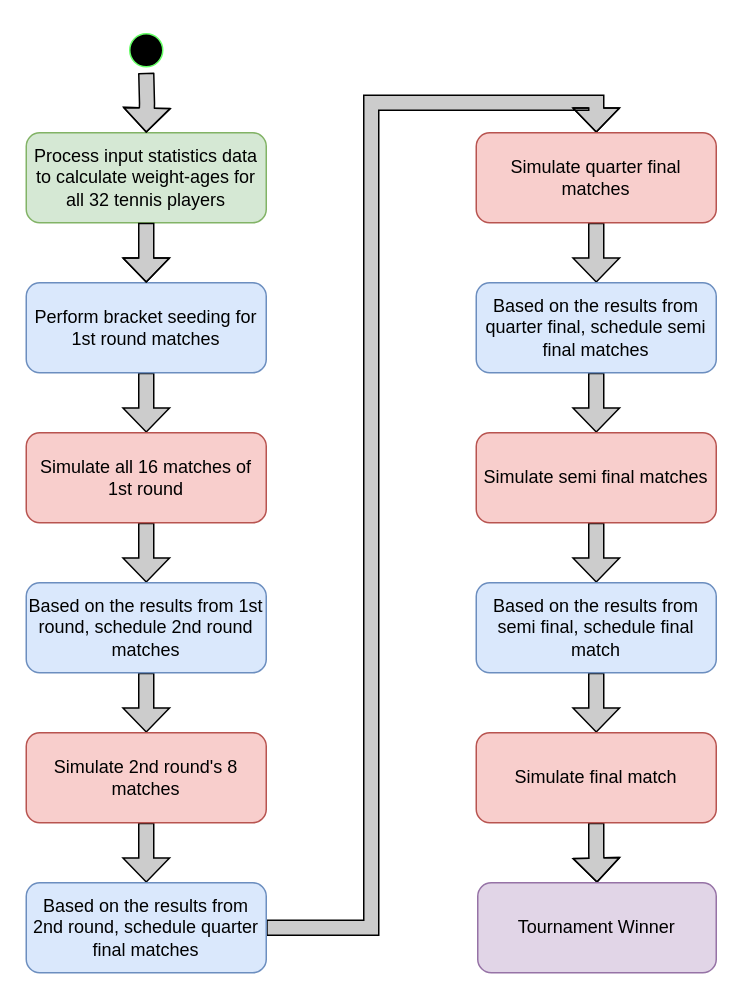
sriksrik7/SYS-611 keeps this draw.io diagram as Final Project/TennisModel/HighLevelScheduleDiagram.drawio. Above is the earlier version. Source tidied: cells renumbered, new cells numbered last; positions are measured from the earlier drawing's top-left corner, leaving out a move shared by most shapes. Both pictures are drawn from the tidied source at 150%, with x=0, y=0 at pixel (26, 27).
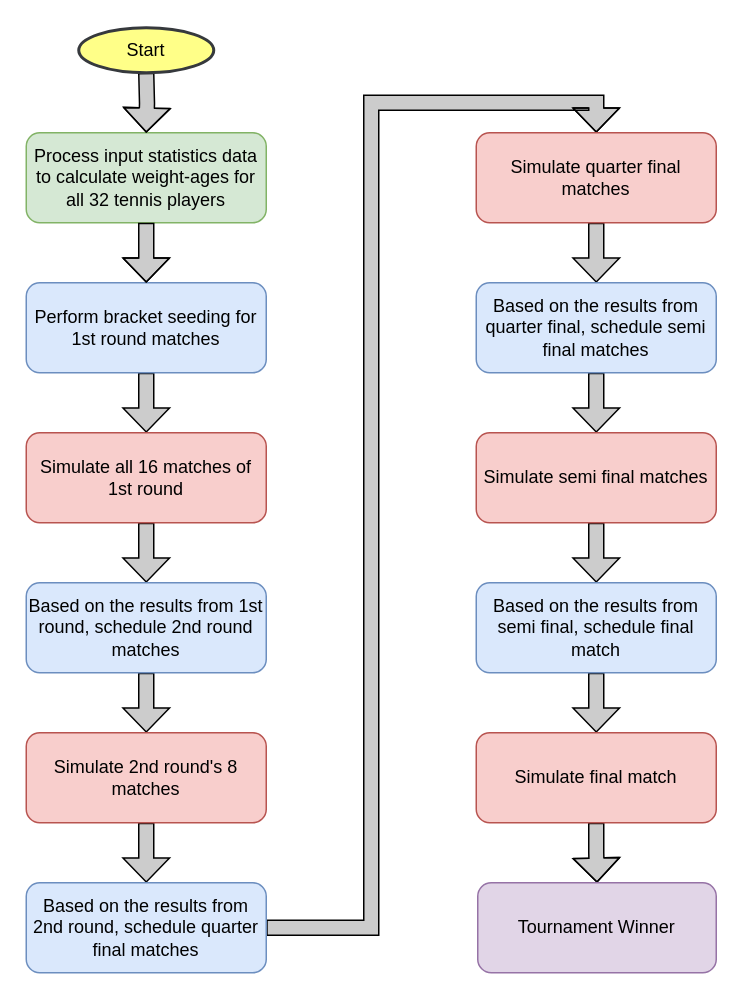
The same page after the edit.

Commit message:
Updated with start sign on HighLevelScheduleDiagram.drawio

What changed in the source:
```diff
@@
-    <mxCell id="25" style="ellipse;html=1;shape=startState;fillColor=#000000;strokeColor=#66FF66;" parent="1" vertex="1">
-      <mxGeometry x="65" width="30" height="30" as="geometry" />
-    </mxCell>
@@
+    <mxCell id="27" value="Start" style="strokeWidth=2;html=1;shape=mxgraph.flowchart.start_1;whiteSpace=wrap;fillColor=#ffff88;strokeColor=#36393d;" parent="1" vertex="1">
+      <mxGeometry x="35" width="90" height="30" as="geometry" />
+    </mxCell>
```
